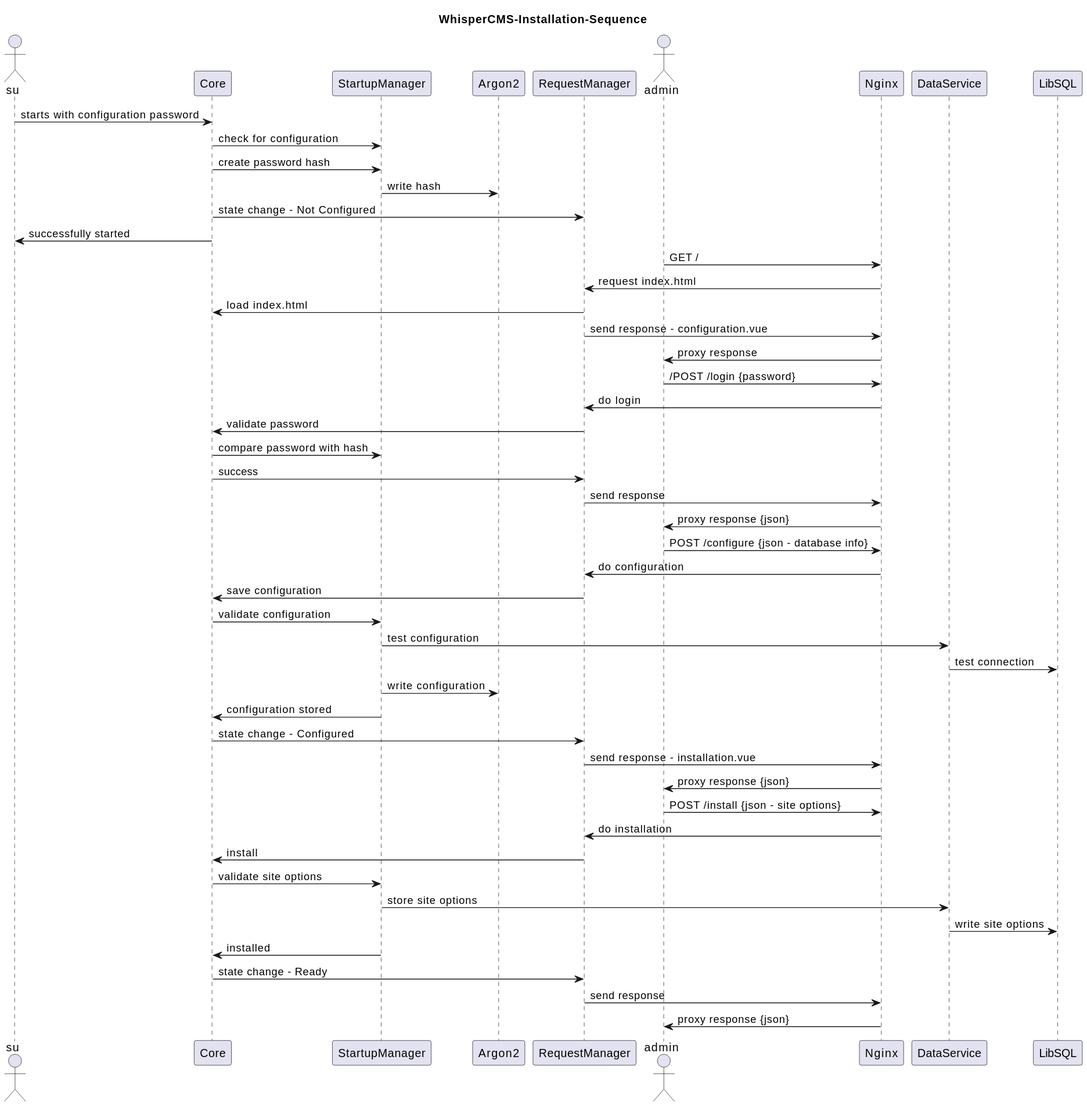
CoderByBlood/whisper-cms keeps this PlantUML diagram as docs/diagrams/UML-WhisperCMS-Installation-Sequence.svg. Above is the earlier version.
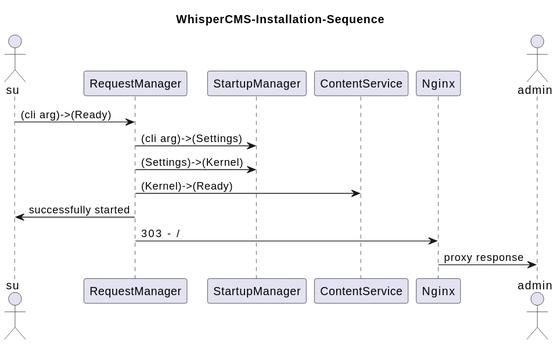
After the commit.

Change to the diagram source:
```diff
@@ -2,52 +2,17 @@
 title WhisperCMS-Installation-Sequence
 
 actor "su" as 2
-participant "Core" as 5
-participant "StartupManager" as 11
-participant "Argon2" as 17
-participant "RequestManager" as 12
+participant "RequestManager" as 11
+participant "StartupManager" as 10
+participant "ContentService" as 8
+participant "Nginx" as 39
 actor "admin" as 1
-participant "Nginx" as 41
-participant "DataService" as 10
-participant "LibSQL" as 49
 
-2 -> 5 : starts with configuration password
-5 -> 11 : check for configuration
-5 -> 11 : create password hash
-11 -> 17 : write hash
-5 -> 12 : state change - Not Configured
-5 -> 2 : successfully started
-1 -> 41 : GET /
-41 -> 12 : request index.html
-12 -> 5 : load index.html
-12 -> 41 : send response - configuration.vue
-41 -> 1 : proxy response
-1 -> 41 : /POST /login {password}
-41 -> 12 : do login
-12 -> 5 : validate password
-5 -> 11 : compare password with hash
-5 -> 12 : success
-12 -> 41 : send response
-41 -> 1 : proxy response {json}
-1 -> 41 : POST /configure {json - database info}
-41 -> 12 : do configuration
-12 -> 5 : save configuration
-5 -> 11 : validate configuration
-11 -> 10 : test configuration
-10 -> 49 : test connection
-11 -> 17 : write configuration
-11 -> 5 : configuration stored
-5 -> 12 : state change - Configured
-12 -> 41 : send response - installation.vue
-41 -> 1 : proxy response {json}
-1 -> 41 : POST /install {json - site options}
-41 -> 12 : do installation
-12 -> 5 : install
-5 -> 11 : validate site options
-11 -> 10 : store site options
-10 -> 49 : write site options
-11 -> 5 : installed
-5 -> 12 : state change - Ready
-12 -> 41 : send response
-41 -> 1 : proxy response {json}
+2 -> 11 : (cli arg)->(Ready)
+11 -> 10 : (cli arg)->(Settings)
+11 -> 10 : (Settings)->(Kernel)
+11 -> 8 : (Kernel)->(Ready)
+11 -> 2 : successfully started
+11 -> 39 : 303 - /
+39 -> 1 : proxy response
 @enduml
```
